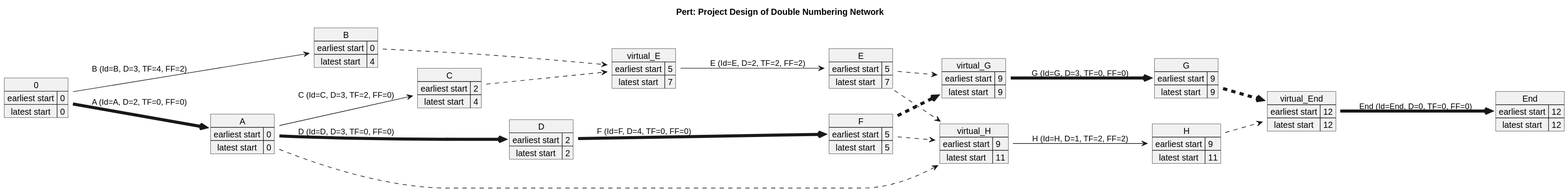
Before: __temp__/PERT_dNN.svg, a diagram exported from PlantUML (SCWM-P/PM_code_LLM_plantuml).
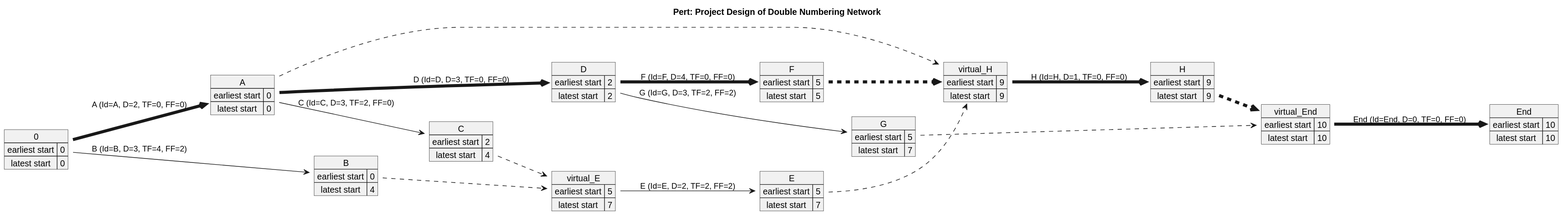
The same diagram one commit later.

What changed in the source:
```diff
@@ -6,8 +6,8 @@
     latest start => 0
 }
 map End {
-    earliest start => 12
-    latest start => 12
+    earliest start => 10
+    latest start => 10
 }
 map A {
     earliest start => 0
@@ -37,25 +37,21 @@
     earliest start => 5
     latest start => 5
 }
-map virtual_G {
+map G {
+    earliest start => 5
+    latest start => 7
+}
+map virtual_H {
     earliest start => 9
     latest start => 9
 }
-map G {
+map H {
     earliest start => 9
     latest start => 9
 }
-map virtual_H {
-    earliest start => 9
-    latest start => 11
-}
-map H {
-    earliest start => 9
-    latest start => 11
-}
 map virtual_End {
-    earliest start => 12
-    latest start => 12
+    earliest start => 10
+    latest start => 10
 }
 0 -[thickness=5]-> A : A (Id=A, D=2, TF=0, FF=0)
 0 --> B : B (Id=B, D=3, TF=4, FF=2)
@@ -65,14 +61,12 @@
 C -[dashed]-> virtual_E
 virtual_E --> E : E (Id=E, D=2, TF=2, FF=2)
 D -[thickness=5]-> F : F (Id=F, D=4, TF=0, FF=0)
-E -[dashed]-> virtual_G
-F -[dashed,thickness=5]-> virtual_G
-virtual_G -[thickness=5]-> G : G (Id=G, D=3, TF=0, FF=0)
+D --> G : G (Id=G, D=3, TF=2, FF=2)
 A -[dashed]-> virtual_H
 E -[dashed]-> virtual_H
-F -[dashed]-> virtual_H
-virtual_H --> H : H (Id=H, D=1, TF=2, FF=2)
-G -[dashed,thickness=5]-> virtual_End
-H -[dashed]-> virtual_End
+F -[dashed,thickness=5]-> virtual_H
+virtual_H -[thickness=5]-> H : H (Id=H, D=1, TF=0, FF=0)
+G -[dashed]-> virtual_End
+H -[dashed,thickness=5]-> virtual_End
 virtual_End -[thickness=5]-> End : End (Id=End, D=0, TF=0, FF=0)
 @enduml
```
